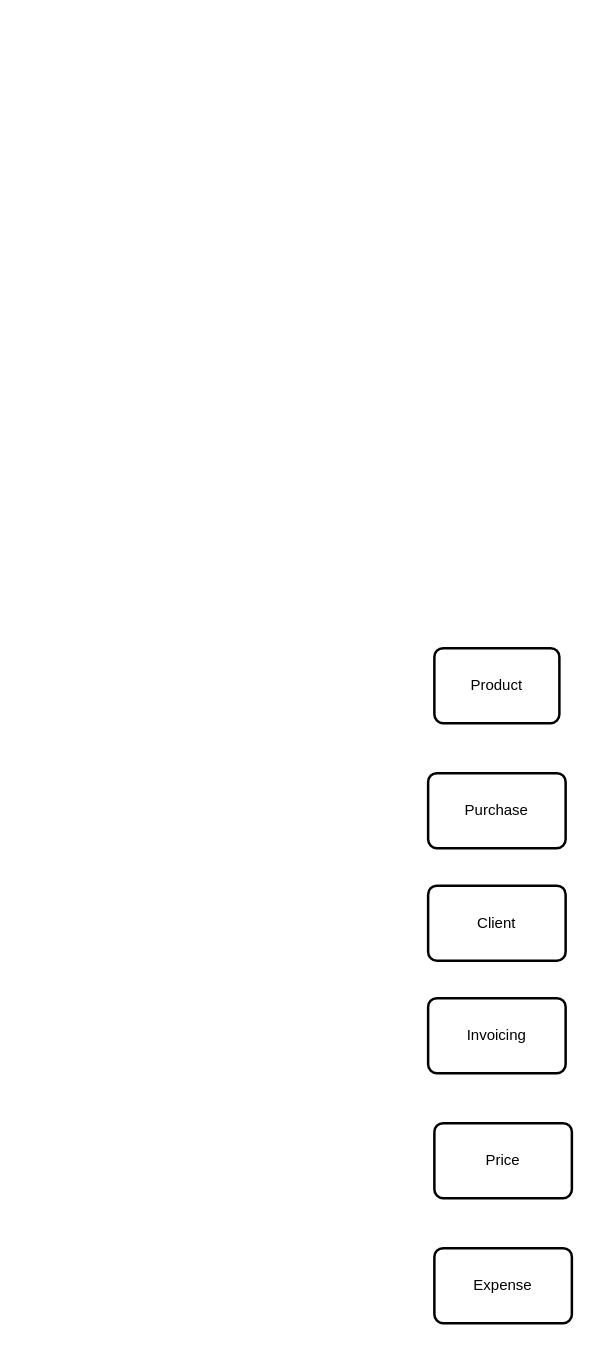
The draw.io diagram page "Flow Chart" (2 of 2) of Untitled Diagram.drawio in goyaldpk/BillingCharts, before the edit. Source tidied: cells renumbered, new cells numbered last; positions are measured from the earlier drawing's top-left corner, leaving out a move shared by most shapes. Both pictures are drawn from the tidied source at 125%, with x=0, y=0 at pixel (428, 648).
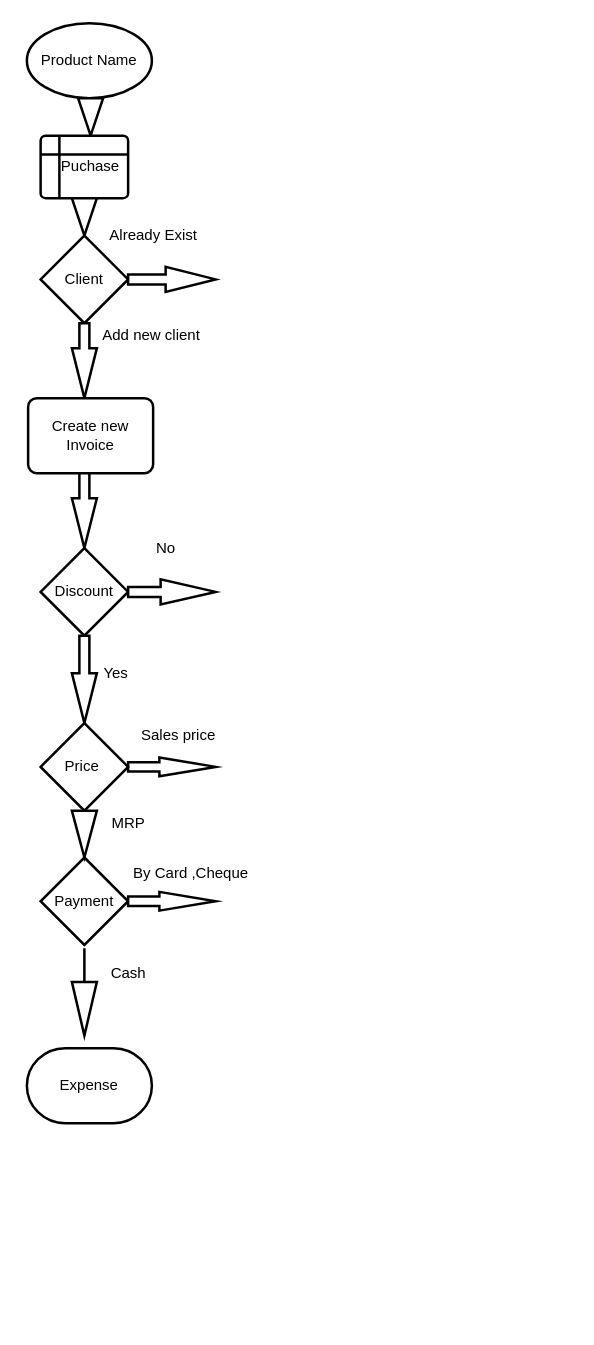
The same diagram, later.

The edit, as a diff of the source:
```diff
@@
-    <mxCell id="2" value="Product" style="rounded=1;whiteSpace=wrap;html=1;absoluteArcSize=1;arcSize=14;strokeWidth=2;" parent="1" vertex="1">
-      <mxGeometry x="5" width="100" height="60" as="geometry" />
-    </mxCell>
-    <mxCell id="3" value="Purchase" style="rounded=1;whiteSpace=wrap;html=1;absoluteArcSize=1;arcSize=14;strokeWidth=2;" parent="1" vertex="1">
-      <mxGeometry y="100" width="110" height="60" as="geometry" />
-    </mxCell>
-    <mxCell id="4" value="Invoicing" style="rounded=1;whiteSpace=wrap;html=1;absoluteArcSize=1;arcSize=14;strokeWidth=2;" parent="1" vertex="1">
-      <mxGeometry y="280" width="110" height="60" as="geometry" />
-    </mxCell>
+    <mxCell id="8" value="Product Name" style="strokeWidth=2;html=1;shape=mxgraph.flowchart.start_1;whiteSpace=wrap;" parent="1" vertex="1">
+      <mxGeometry x="-321" y="-500" width="100" height="60" as="geometry" />
+    </mxCell>
+    <mxCell id="9" style="verticalLabelPosition=bottom;verticalAlign=top;html=1;strokeWidth=2;shape=mxgraph.arrows2.arrow;dy=0.6;dx=40;notch=0;direction=south;" parent="1" vertex="1">
+      <mxGeometry x="-280" y="-440" width="20" height="30" as="geometry" />
+    </mxCell>
+    <mxCell id="10" value="&amp;nbsp; &amp;nbsp;Puchase" style="shape=internalStorage;whiteSpace=wrap;html=1;dx=15;dy=15;rounded=1;arcSize=8;strokeWidth=2;" parent="1" vertex="1">
+      <mxGeometry x="-310" y="-410" width="70" height="50" as="geometry" />
+    </mxCell>
+    <mxCell id="11" style="verticalLabelPosition=bottom;verticalAlign=top;html=1;strokeWidth=2;shape=mxgraph.arrows2.arrow;dy=0.6;dx=40;notch=0;direction=south;" parent="1" vertex="1">
+      <mxGeometry x="-285" y="-360" width="20" height="30" as="geometry" />
+    </mxCell>
-    <mxCell id="5" value="Client" style="rounded=1;whiteSpace=wrap;html=1;absoluteArcSize=1;arcSize=14;strokeWidth=2;" parent="1" vertex="1">
-      <mxGeometry y="190" width="110" height="60" as="geometry" />
+    <mxCell id="5" value="Client" style="strokeWidth=2;html=1;shape=mxgraph.flowchart.decision;whiteSpace=wrap;" parent="1" vertex="1">
+      <mxGeometry x="-310" y="-330" width="70" height="70" as="geometry" />
     </mxCell>
+    <mxCell id="12" style="verticalLabelPosition=bottom;verticalAlign=top;html=1;strokeWidth=2;shape=mxgraph.arrows2.arrow;dy=0.6;dx=40;notch=0;" parent="1" vertex="1">
+      <mxGeometry x="-240" y="-305" width="70" height="20" as="geometry" />
+    </mxCell>
+    <mxCell id="13" style="verticalLabelPosition=bottom;verticalAlign=top;html=1;strokeWidth=2;shape=mxgraph.arrows2.arrow;dy=0.6;dx=40;notch=0;direction=south;" parent="1" vertex="1">
+      <mxGeometry x="-285" y="-260" width="20" height="60" as="geometry" />
+    </mxCell>
+    <mxCell id="14" value="Already Exist" style="text;html=1;align=center;verticalAlign=middle;" parent="1" vertex="1">
+      <mxGeometry x="-265" y="-340" width="90" height="20" as="geometry" />
+    </mxCell>
+    <mxCell id="15" value="&amp;nbsp; &amp;nbsp; &amp;nbsp; &amp;nbsp; &amp;nbsp; &amp;nbsp; &amp;nbsp; &amp;nbsp; &amp;nbsp;Add new client" style="text;html=1;align=center;verticalAlign=middle;" parent="1" vertex="1">
+      <mxGeometry x="-325" y="-260" width="150" height="20" as="geometry" />
+    </mxCell>
+    <mxCell id="16" value="Create new Invoice" style="rounded=1;whiteSpace=wrap;html=1;absoluteArcSize=1;arcSize=14;strokeWidth=2;" parent="1" vertex="1">
+      <mxGeometry x="-320" y="-200" width="100" height="60" as="geometry" />
+    </mxCell>
+    <mxCell id="17" style="verticalLabelPosition=bottom;verticalAlign=top;html=1;strokeWidth=2;shape=mxgraph.arrows2.arrow;dy=0.6;dx=40;notch=0;direction=south;" parent="1" vertex="1">
+      <mxGeometry x="-285" y="-140" width="20" height="60" as="geometry" />
+    </mxCell>
+    <mxCell id="18" value="Discount" style="strokeWidth=2;html=1;shape=mxgraph.flowchart.decision;whiteSpace=wrap;" parent="1" vertex="1">
+      <mxGeometry x="-310" y="-80" width="70" height="70" as="geometry" />
+    </mxCell>
+    <mxCell id="19" style="verticalLabelPosition=bottom;verticalAlign=top;html=1;strokeWidth=2;shape=mxgraph.arrows2.arrow;dy=0.6;dx=44;notch=0;" parent="1" vertex="1">
+      <mxGeometry x="-240" y="-55" width="70" height="20" as="geometry" />
+    </mxCell>
+    <mxCell id="20" style="verticalLabelPosition=bottom;verticalAlign=top;html=1;strokeWidth=2;shape=mxgraph.arrows2.arrow;dy=0.6;dx=40;notch=0;direction=south;" parent="1" vertex="1">
+      <mxGeometry x="-285" y="-10" width="20" height="70" as="geometry" />
+    </mxCell>
+    <mxCell id="21" value="No" style="text;html=1;align=center;verticalAlign=middle;" parent="1" vertex="1">
+      <mxGeometry x="-225" y="-90" width="30" height="20" as="geometry" />
+    </mxCell>
+    <mxCell id="22" value="Yes" style="text;html=1;align=center;verticalAlign=middle;" parent="1" vertex="1">
+      <mxGeometry x="-270" y="10" width="40" height="20" as="geometry" />
+    </mxCell>
+    <mxCell id="23" value="Payment" style="strokeWidth=2;html=1;shape=mxgraph.flowchart.decision;whiteSpace=wrap;" parent="1" vertex="1">
+      <mxGeometry x="-310" y="167.5" width="70" height="70" as="geometry" />
+    </mxCell>
+    <mxCell id="24" style="verticalLabelPosition=bottom;verticalAlign=top;html=1;strokeWidth=2;shape=mxgraph.arrows2.arrow;dy=0.5;dx=45;notch=0;" parent="1" vertex="1">
+      <mxGeometry x="-240" y="87.5" width="70" height="15" as="geometry" />
+    </mxCell>
+    <mxCell id="25" style="verticalLabelPosition=bottom;verticalAlign=top;html=1;strokeWidth=2;shape=mxgraph.arrows2.arrow;dy=1;dx=43;notch=0;direction=south;" parent="1" vertex="1">
+      <mxGeometry x="-285" y="240" width="20" height="70" as="geometry" />
+    </mxCell>
-    <mxCell id="6" value="Price" style="rounded=1;whiteSpace=wrap;html=1;absoluteArcSize=1;arcSize=14;strokeWidth=2;" parent="1" vertex="1">
-      <mxGeometry x="5" y="380" width="110" height="60" as="geometry" />
+    <mxCell id="6" value="Price&amp;nbsp;" style="strokeWidth=2;html=1;shape=mxgraph.flowchart.decision;whiteSpace=wrap;" parent="1" vertex="1">
+      <mxGeometry x="-310" y="60" width="70" height="70" as="geometry" />
     </mxCell>
+    <mxCell id="26" style="verticalLabelPosition=bottom;verticalAlign=top;html=1;strokeWidth=2;shape=mxgraph.arrows2.arrow;dy=0.6;dx=40;notch=0;direction=south;" parent="1" vertex="1">
+      <mxGeometry x="-285" y="130" width="20" height="37.5" as="geometry" />
+    </mxCell>
+    <mxCell id="27" value="Sales price" style="text;html=1;align=center;verticalAlign=middle;" parent="1" vertex="1">
+      <mxGeometry x="-235" y="60" width="70" height="20" as="geometry" />
+    </mxCell>
+    <mxCell id="28" value="MRP" style="text;html=1;align=center;verticalAlign=middle;" parent="1" vertex="1">
+      <mxGeometry x="-260" y="130" width="40" height="20" as="geometry" />
+    </mxCell>
+    <mxCell id="29" style="verticalLabelPosition=bottom;verticalAlign=top;html=1;strokeWidth=2;shape=mxgraph.arrows2.arrow;dy=0.5;dx=45;notch=0;" parent="1" vertex="1">
+      <mxGeometry x="-240" y="195" width="70" height="15" as="geometry" />
+    </mxCell>
+    <mxCell id="30" value="By Card ,Cheque" style="text;html=1;align=center;verticalAlign=middle;" parent="1" vertex="1">
+      <mxGeometry x="-245" y="170" width="110" height="20" as="geometry" />
+    </mxCell>
+    <mxCell id="31" value="Cash" style="text;html=1;align=center;verticalAlign=middle;" parent="1" vertex="1">
+      <mxGeometry x="-260" y="250" width="40" height="20" as="geometry" />
+    </mxCell>
-    <mxCell id="7" value="Expense" style="rounded=1;whiteSpace=wrap;html=1;absoluteArcSize=1;arcSize=14;strokeWidth=2;" parent="1" vertex="1">
-      <mxGeometry x="5" y="480" width="110" height="60" as="geometry" />
+    <mxCell id="7" value="Expense" style="strokeWidth=2;html=1;shape=mxgraph.flowchart.terminator;whiteSpace=wrap;" parent="1" vertex="1">
+      <mxGeometry x="-321" y="320" width="100" height="60" as="geometry" />
     </mxCell>
```
